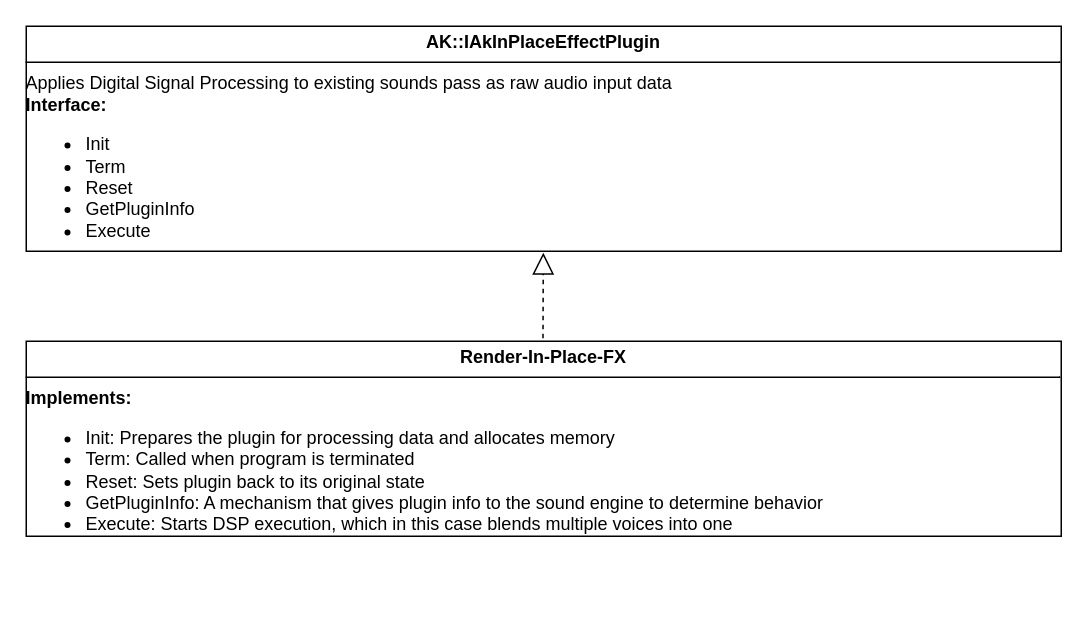
Saber033/Comp-Sci-IA keeps this draw.io diagram as Render-In-PlaceFX.drawio. Above is the earlier version. Source tidied: cells renumbered, new cells numbered last; positions are measured from the earlier drawing's top-left corner, leaving out a move shared by most shapes. Both pictures are drawn from the tidied source at 150%, with x=0, y=0 at pixel (26, 26).
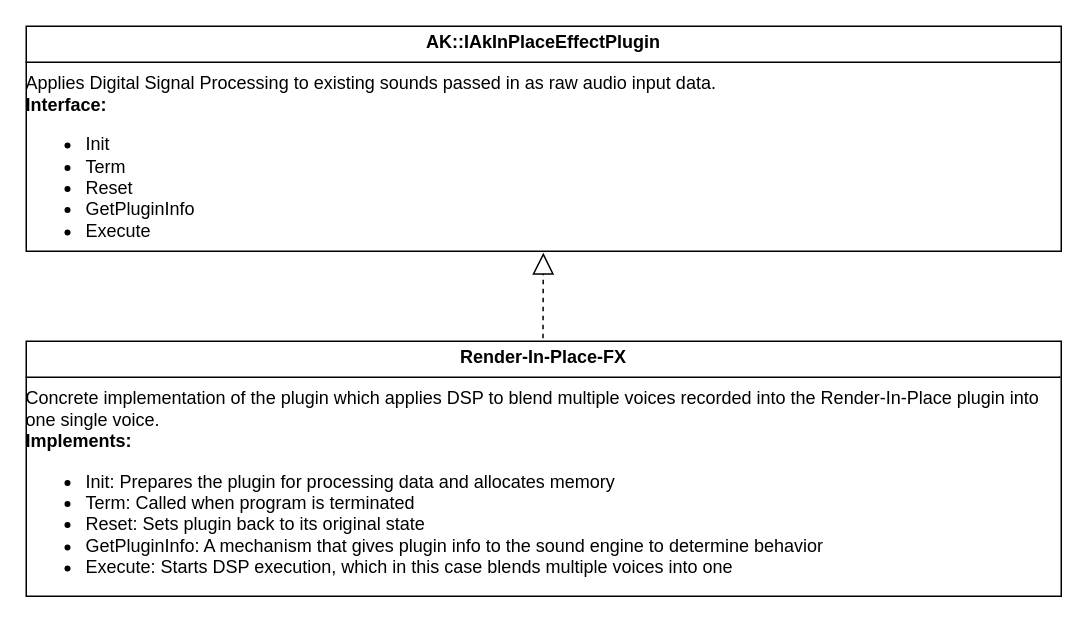
Above is the later version.

What changed in the source:
```diff
@@
 <mxGraphModel>
   <root>
     <mxCell id="0" />
     <mxCell id="1" parent="0" />
-    <mxCell id="2" value="&lt;p style=&quot;margin:0px;margin-top:4px;text-align:center;&quot;&gt;&lt;b&gt;Render-In-Place-FX&lt;/b&gt;&lt;/p&gt;&lt;hr size=&quot;1&quot; style=&quot;border-style:solid;&quot;&gt;&lt;b&gt;Implements:&lt;/b&gt;&lt;div style=&quot;height: 2px;&quot;&gt;&lt;ul&gt;&lt;li&gt;&lt;span style=&quot;background-color: transparent; color: light-dark(rgb(0, 0, 0), rgb(255, 255, 255));&quot;&gt;Init: Prepares the plugin for processing data and allocates memory&lt;/span&gt;&lt;br&gt;&lt;/li&gt;&lt;li&gt;Term: Called when program is terminated&lt;/li&gt;&lt;li&gt;Reset: Sets plugin back to its original state&lt;/li&gt;&lt;li&gt;GetPluginInfo: A mechanism that gives plugin info to the sound engine to determine behavior&lt;/li&gt;&lt;li&gt;Execute: Starts DSP execution, which in this case blends multiple voices into one&lt;/li&gt;&lt;/ul&gt;&lt;/div&gt;" style="verticalAlign=top;align=left;overflow=fill;html=1;whiteSpace=wrap;" parent="1" vertex="1">
-      <mxGeometry y="210" width="690" height="130" as="geometry" />
+    <mxCell id="2" value="&lt;p style=&quot;margin:0px;margin-top:4px;text-align:center;&quot;&gt;&lt;b style=&quot;background-color: transparent; color: light-dark(rgb(0, 0, 0), rgb(255, 255, 255));&quot;&gt;Render-In-Place-FX&lt;/b&gt;&lt;/p&gt;&lt;hr size=&quot;1&quot; style=&quot;border-style:solid;&quot;&gt;&lt;div&gt;Concrete implementation of the plugin which applies DSP to blend multiple voices recorded into the Render-In-Place plugin into one single voice.&lt;/div&gt;&lt;div&gt;&lt;b&gt;Implements:&lt;/b&gt;&lt;div style=&quot;height: 2px;&quot;&gt;&lt;ul&gt;&lt;li&gt;&lt;span style=&quot;background-color: transparent; color: light-dark(rgb(0, 0, 0), rgb(255, 255, 255));&quot;&gt;Init: Prepares the plugin for processing data and allocates memory&lt;/span&gt;&lt;br&gt;&lt;/li&gt;&lt;li&gt;Term: Called when program is terminated&lt;/li&gt;&lt;li&gt;Reset: Sets plugin back to its original state&lt;/li&gt;&lt;li&gt;GetPluginInfo: A mechanism that gives plugin info to the sound engine to determine behavior&lt;/li&gt;&lt;li&gt;Execute: Starts DSP execution, which in this case blends multiple voices into one&lt;/li&gt;&lt;/ul&gt;&lt;/div&gt;&lt;/div&gt;" style="verticalAlign=top;align=left;overflow=fill;html=1;whiteSpace=wrap;" parent="1" vertex="1">
+      <mxGeometry y="210" width="690" height="170" as="geometry" />
     </mxCell>
-    <mxCell id="3" value="&lt;p style=&quot;margin:0px;margin-top:4px;text-align:center;&quot;&gt;&lt;b style=&quot;background-color: transparent; color: light-dark(rgb(0, 0, 0), rgb(255, 255, 255));&quot;&gt;AK::IAkInPlaceEffectPlugin&lt;/b&gt;&lt;/p&gt;&lt;hr size=&quot;1&quot; style=&quot;border-style:solid;&quot;&gt;Applies Digital Signal Processing to existing sounds pass as raw audio input data&lt;div&gt;&lt;b style=&quot;background-color: transparent; color: light-dark(rgb(0, 0, 0), rgb(255, 255, 255)); text-wrap: nowrap;&quot;&gt;Interface:&amp;nbsp;&lt;/b&gt;&lt;div style=&quot;height:2px;&quot;&gt;&lt;ul&gt;&lt;li&gt;&lt;span style=&quot;background-color: transparent; color: light-dark(rgb(0, 0, 0), rgb(255, 255, 255));&quot;&gt;Init&lt;/span&gt;&lt;br&gt;&lt;/li&gt;&lt;li&gt;Term&lt;/li&gt;&lt;li&gt;Reset&lt;/li&gt;&lt;li&gt;GetPluginInfo&lt;/li&gt;&lt;li&gt;Execute&lt;/li&gt;&lt;/ul&gt;&lt;/div&gt;&lt;/div&gt;" style="verticalAlign=top;align=left;overflow=fill;html=1;whiteSpace=wrap;" parent="1" vertex="1">
+    <mxCell id="3" value="&lt;p style=&quot;margin:0px;margin-top:4px;text-align:center;&quot;&gt;&lt;b style=&quot;background-color: transparent; color: light-dark(rgb(0, 0, 0), rgb(255, 255, 255));&quot;&gt;AK::IAkInPlaceEffectPlugin&lt;/b&gt;&lt;/p&gt;&lt;hr size=&quot;1&quot; style=&quot;border-style:solid;&quot;&gt;Applies Digital Signal Processing to existing sounds passed in as raw audio input data.&lt;div&gt;&lt;b style=&quot;background-color: transparent; color: light-dark(rgb(0, 0, 0), rgb(255, 255, 255)); text-wrap: nowrap;&quot;&gt;Interface:&amp;nbsp;&lt;/b&gt;&lt;div style=&quot;height:2px;&quot;&gt;&lt;ul&gt;&lt;li&gt;&lt;span style=&quot;background-color: transparent; color: light-dark(rgb(0, 0, 0), rgb(255, 255, 255));&quot;&gt;Init&lt;/span&gt;&lt;br&gt;&lt;/li&gt;&lt;li&gt;Term&lt;/li&gt;&lt;li&gt;Reset&lt;/li&gt;&lt;li&gt;GetPluginInfo&lt;/li&gt;&lt;li&gt;Execute&lt;/li&gt;&lt;/ul&gt;&lt;/div&gt;&lt;/div&gt;" style="verticalAlign=top;align=left;overflow=fill;html=1;whiteSpace=wrap;" parent="1" vertex="1">
       <mxGeometry width="690" height="150" as="geometry" />
     </mxCell>
     <mxCell id="4" style="endArrow=block;dashed=1;endFill=0;endSize=12;html=1;rounded=0;entryX=0.399;entryY=0.051;entryDx=0;entryDy=0;entryPerimeter=0;" parent="1" edge="1">
       <mxGeometry relative="1" as="geometry">
         <mxPoint x="344.5" y="208" as="sourcePoint" />
         <mxPoint x="344.7" y="151" as="targetPoint" />
       </mxGeometry>
     </mxCell>
   </root>
 </mxGraphModel>
```
